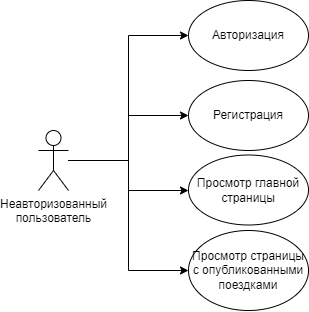
The draw.io diagram documentation/диаграммы/use case со стороны неавторизованного пользователя.png in egoistique/TravelWithFriends, before a commit. Source tidied: cells renumbered, new cells last; positions are measured from the earlier drawing's top-left corner, leaving out a move shared by most shapes.
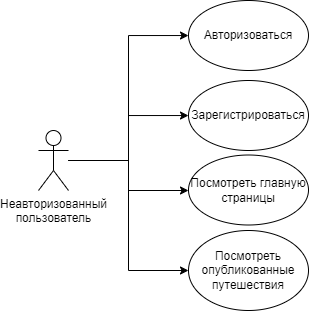
Above is the later version.

What changed in the source:
```diff
@@ -13,16 +13,16 @@
     <mxCell id="3" value="Неавторизованный &lt;br&gt;пользователь" style="shape=umlActor;verticalLabelPosition=bottom;verticalAlign=top;html=1;outlineConnect=0;" parent="1" vertex="1">
       <mxGeometry y="130" width="30" height="60" as="geometry" />
     </mxCell>
-    <mxCell id="4" value="Просмотр главной страницы" style="ellipse;whiteSpace=wrap;html=1;" parent="1" vertex="1">
+    <mxCell id="4" value="Посмотреть главную страницы" style="ellipse;whiteSpace=wrap;html=1;" parent="1" vertex="1">
       <mxGeometry x="150" y="154.5" width="120" height="70" as="geometry" />
     </mxCell>
-    <mxCell id="5" value="Просмотр страницы с опубликованными поездками" style="ellipse;whiteSpace=wrap;html=1;" parent="1" vertex="1">
+    <mxCell id="5" value="Посмотреть опубликованные путешествия" style="ellipse;whiteSpace=wrap;html=1;" parent="1" vertex="1">
       <mxGeometry x="150" y="230" width="120" height="80" as="geometry" />
     </mxCell>
-    <mxCell id="6" value="Регистрация" style="ellipse;whiteSpace=wrap;html=1;" parent="1" vertex="1">
+    <mxCell id="6" value="Зарегистрироваться" style="ellipse;whiteSpace=wrap;html=1;" parent="1" vertex="1">
       <mxGeometry x="150" y="80" width="120" height="70" as="geometry" />
     </mxCell>
-    <mxCell id="7" value="Авторизация" style="ellipse;whiteSpace=wrap;html=1;" parent="1" vertex="1">
+    <mxCell id="7" value="Авторизоваться" style="ellipse;whiteSpace=wrap;html=1;" parent="1" vertex="1">
       <mxGeometry x="150" width="120" height="70" as="geometry" />
     </mxCell>
     <mxCell id="8" style="rounded=0;jettySize=auto;html=1;edgeStyle=orthogonalEdgeStyle;" parent="1" edge="1" source="3" target="6">
```
